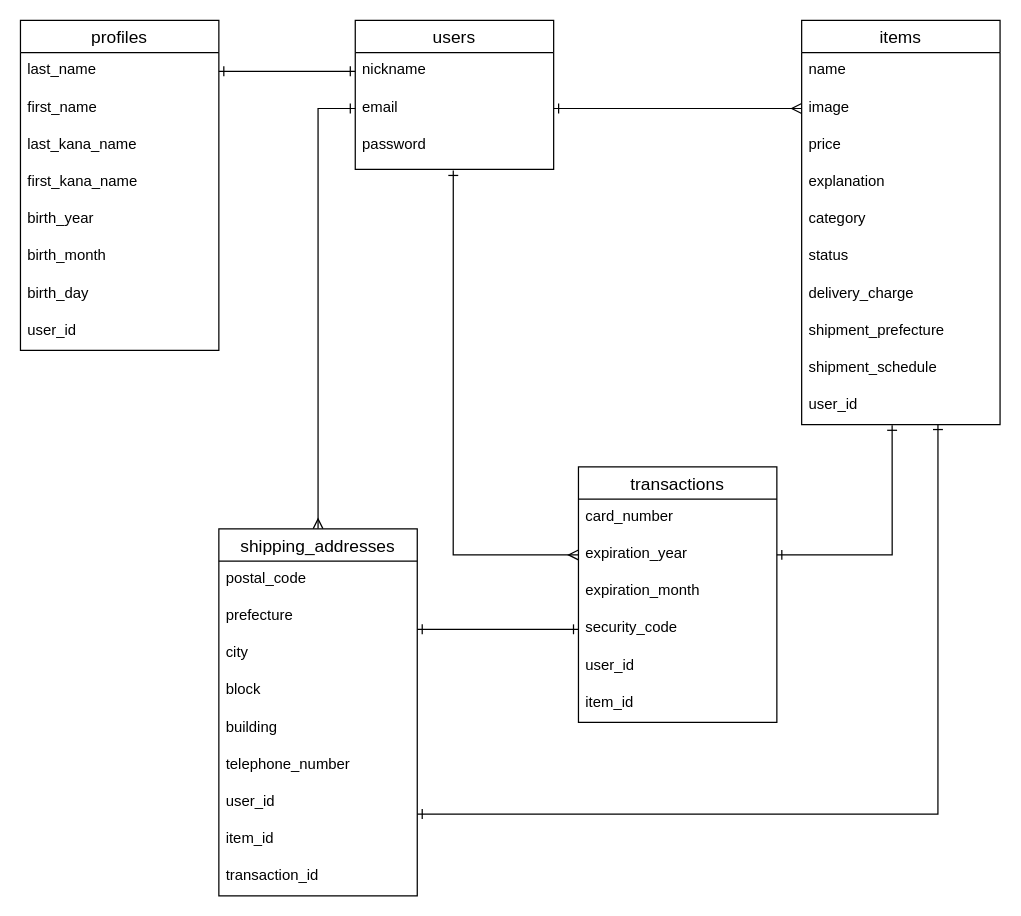
Above: ER.dio in kei-sukey/furima-32584 (draw.io), before the change. Source tidied: cells renumbered, new cells numbered last; positions are measured from the earlier drawing's top-left corner, leaving out a move shared by most shapes. Both pictures are drawn from the tidied source at 124%, with x=0, y=0 at pixel (20, 20).
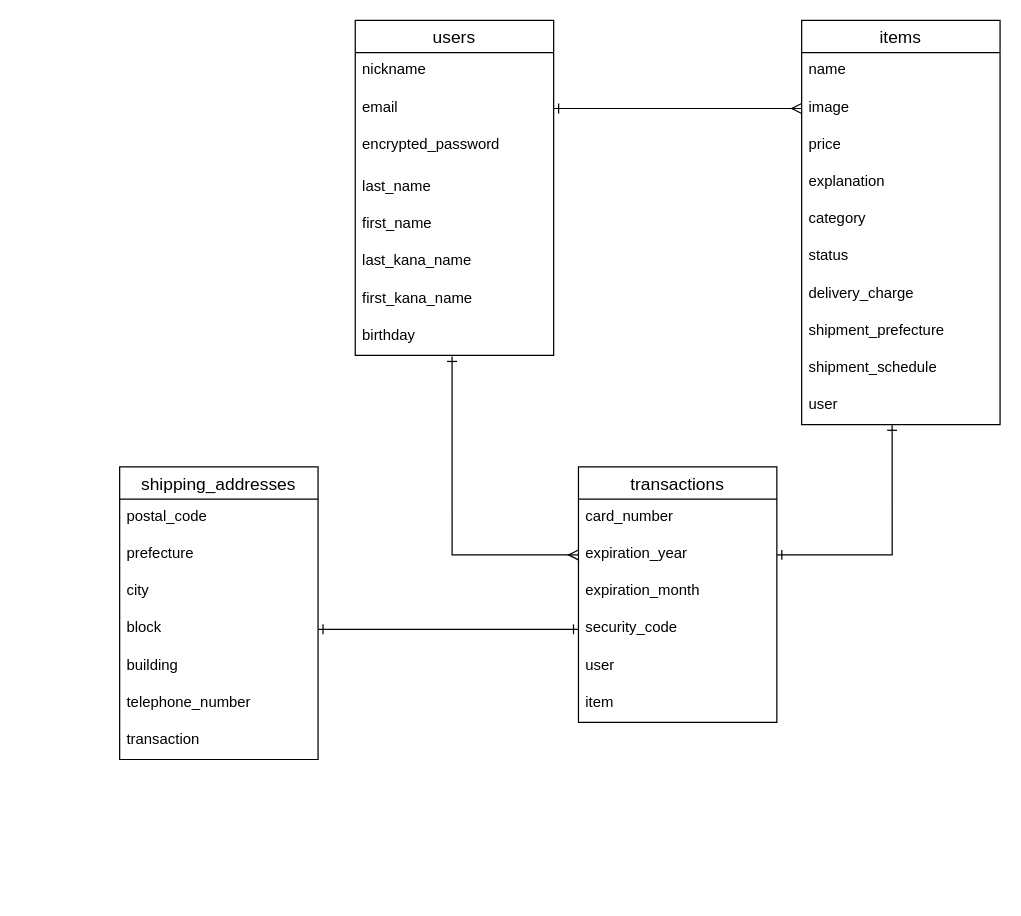
After the change.

Commit message (it also covers changes not shown here):
コードレビュー修正#1

The change refers to these unchanged cells:
```xml
<mxCell id="3" value="nickname" style="text;strokeColor=none;fillColor=none;spacingLeft=4;spacingRight=4;overflow=hidden;points=[[0,0.5],[1,0.5]];portConstraint=eastwest;fontSize=12;" parent="2" vertex="1">
  <mxGeometry y="26" width="160" height="30" as="geometry" />
</mxCell>
<mxCell id="4" value="email" style="text;strokeColor=none;fillColor=none;spacingLeft=4;spacingRight=4;overflow=hidden;points=[[0,0.5],[1,0.5]];portConstraint=eastwest;fontSize=12;" parent="2" vertex="1">
  <mxGeometry y="56" width="160" height="30" as="geometry" />
</mxCell>
<mxCell id="6" value="items" style="swimlane;fontStyle=0;horizontal=1;startSize=26;align=center;fontSize=14;" parent="1" vertex="1">
  <mxGeometry x="630" width="160" height="326" as="geometry" />
</mxCell>
<mxCell id="18" value="transactions" style="swimlane;fontStyle=0;horizontal=1;startSize=26;align=center;fontSize=14;shadow=0;" parent="1" vertex="1">
  <mxGeometry x="450" y="360" width="160" height="206" as="geometry" />
</mxCell>
<mxCell id="20" value="expiration_year" style="text;strokeColor=none;fillColor=none;spacingLeft=4;spacingRight=4;overflow=hidden;points=[[0,0.5],[1,0.5]];portConstraint=eastwest;fontSize=12;" parent="18" vertex="1">
  <mxGeometry y="56" width="160" height="30" as="geometry" />
</mxCell>
<mxCell id="22" value="security_code" style="text;strokeColor=none;fillColor=none;spacingLeft=4;spacingRight=4;overflow=hidden;points=[[0,0.5],[1,0.5]];portConstraint=eastwest;fontSize=12;" parent="18" vertex="1">
  <mxGeometry y="116" width="160" height="30" as="geometry" />
</mxCell>
<mxCell id="32" value="block" style="text;strokeColor=none;fillColor=none;spacingLeft=4;spacingRight=4;overflow=hidden;points=[[0,0.5],[1,0.5]];portConstraint=eastwest;fontSize=12;" parent="28" vertex="1">
  <mxGeometry y="116" width="160" height="30" as="geometry" />
</mxCell>
```

What changed in the source:
```diff
@@
     <mxCell id="2" value="users" style="swimlane;fontStyle=0;horizontal=1;startSize=26;align=center;fontSize=14;" parent="1" vertex="1">
-      <mxGeometry x="270" width="160" height="120" as="geometry" />
+      <mxGeometry x="270" width="160" height="270" as="geometry" />
     </mxCell>
@@
-    <mxCell id="5" value="password" style="text;strokeColor=none;fillColor=none;spacingLeft=4;spacingRight=4;overflow=hidden;points=[[0,0.5],[1,0.5]];portConstraint=eastwest;fontSize=12;" parent="2" vertex="1">
+    <mxCell id="5" value="encrypted_password" style="text;strokeColor=none;fillColor=none;spacingLeft=4;spacingRight=4;overflow=hidden;points=[[0,0.5],[1,0.5]];portConstraint=eastwest;fontSize=12;" parent="2" vertex="1">
       <mxGeometry y="86" width="160" height="34" as="geometry" />
     </mxCell>
+    <mxCell id="41" value="last_name" style="text;strokeColor=none;fillColor=none;spacingLeft=4;spacingRight=4;overflow=hidden;points=[[0,0.5],[1,0.5]];portConstraint=eastwest;fontSize=12;" parent="2" vertex="1">
+      <mxGeometry y="120" width="160" height="30" as="geometry" />
+    </mxCell>
+    <mxCell id="42" value="first_name" style="text;strokeColor=none;fillColor=none;spacingLeft=4;spacingRight=4;overflow=hidden;fontSize=12;" parent="2" vertex="1">
+      <mxGeometry y="150" width="160" height="30" as="geometry" />
+    </mxCell>
+    <mxCell id="43" value="last_kana_name" style="text;strokeColor=none;fillColor=none;spacingLeft=4;spacingRight=4;overflow=hidden;fontSize=12;" parent="2" vertex="1">
+      <mxGeometry y="180" width="160" height="30" as="geometry" />
+    </mxCell>
+    <mxCell id="44" value="first_kana_name" style="text;strokeColor=none;fillColor=none;spacingLeft=4;spacingRight=4;overflow=hidden;fontSize=12;" parent="2" vertex="1">
+      <mxGeometry y="210" width="160" height="30" as="geometry" />
+    </mxCell>
+    <mxCell id="45" value="birthday" style="text;strokeColor=none;fillColor=none;spacingLeft=4;spacingRight=4;overflow=hidden;points=[[0,0.5],[1,0.5]];portConstraint=eastwest;fontSize=12;" parent="2" vertex="1">
+      <mxGeometry y="240" width="160" height="30" as="geometry" />
+    </mxCell>
@@
-    <mxCell id="16" value="user_id" style="text;strokeColor=none;fillColor=none;spacingLeft=4;spacingRight=4;overflow=hidden;points=[[0,0.5],[1,0.5]];portConstraint=eastwest;fontSize=12;shadow=0;" parent="6" vertex="1">
+    <mxCell id="16" value="user" style="text;strokeColor=none;fillColor=none;spacingLeft=4;spacingRight=4;overflow=hidden;points=[[0,0.5],[1,0.5]];portConstraint=eastwest;fontSize=12;shadow=0;" parent="6" vertex="1">
       <mxGeometry y="296" width="160" height="30" as="geometry" />
     </mxCell>
@@
-    <mxCell id="23" value="user_id" style="text;strokeColor=none;fillColor=none;spacingLeft=4;spacingRight=4;overflow=hidden;fontSize=12;" parent="18" vertex="1">
+    <mxCell id="23" value="user" style="text;strokeColor=none;fillColor=none;spacingLeft=4;spacingRight=4;overflow=hidden;fontSize=12;" parent="18" vertex="1">
       <mxGeometry y="146" width="160" height="30" as="geometry" />
     </mxCell>
-    <mxCell id="24" value="item_id" style="text;strokeColor=none;fillColor=none;spacingLeft=4;spacingRight=4;overflow=hidden;fontSize=12;" parent="18" vertex="1">
+    <mxCell id="24" value="item" style="text;strokeColor=none;fillColor=none;spacingLeft=4;spacingRight=4;overflow=hidden;fontSize=12;" parent="18" vertex="1">
       <mxGeometry y="176" width="160" height="30" as="geometry" />
     </mxCell>
@@
-    <mxCell id="26" style="edgeStyle=orthogonalEdgeStyle;rounded=0;jettySize=auto;html=1;exitX=0;exitY=0.5;exitDx=0;exitDy=0;entryX=0.494;entryY=1.029;entryDx=0;entryDy=0;entryPerimeter=0;startArrow=ERmany;startFill=0;endArrow=ERone;endFill=0;" parent="1" edge="1" source="20" target="5">
+    <mxCell id="26" style="edgeStyle=orthogonalEdgeStyle;rounded=0;jettySize=auto;html=1;exitX=0;exitY=0.5;exitDx=0;exitDy=0;startArrow=ERmany;startFill=0;endArrow=ERone;endFill=0;entryX=0.488;entryY=1.033;entryDx=0;entryDy=0;entryPerimeter=0;" parent="1" edge="1" source="20" target="45">
       <mxGeometry relative="1" as="geometry" />
     </mxCell>
-    <mxCell id="27" style="edgeStyle=orthogonalEdgeStyle;rounded=0;jettySize=auto;html=1;exitX=0.5;exitY=0;exitDx=0;exitDy=0;entryX=0;entryY=0.5;entryDx=0;entryDy=0;startArrow=ERmany;startFill=0;endArrow=ERone;endFill=0;" parent="1" edge="1" source="28" target="4">
-      <mxGeometry relative="1" as="geometry" />
-    </mxCell>
     <mxCell id="28" value="shipping_addresses" style="swimlane;fontStyle=0;horizontal=1;startSize=26;align=center;fontSize=14;shadow=0;" parent="1" vertex="1">
-      <mxGeometry x="160" y="410" width="160" height="296" as="geometry" />
+      <mxGeometry x="80" y="360" width="160" height="236" as="geometry" />
     </mxCell>
@@
-    <mxCell id="35" value="user_id" style="text;strokeColor=none;fillColor=none;spacingLeft=4;spacingRight=4;overflow=hidden;fontSize=12;" parent="28" vertex="1">
-      <mxGeometry y="206" width="160" height="30" as="geometry" />
-    </mxCell>
-    <mxCell id="36" value="item_id" style="text;strokeColor=none;fillColor=none;spacingLeft=4;spacingRight=4;overflow=hidden;fontSize=12;" parent="28" vertex="1">
-      <mxGeometry y="236" width="160" height="30" as="geometry" />
-    </mxCell>
-    <mxCell id="37" value="transaction_id" style="text;strokeColor=none;fillColor=none;spacingLeft=4;spacingRight=4;overflow=hidden;fontSize=12;" parent="28" vertex="1">
-      <mxGeometry y="266" width="160" height="30" as="geometry" />
+    <mxCell id="37" value="transaction" style="text;strokeColor=none;fillColor=none;spacingLeft=4;spacingRight=4;overflow=hidden;fontSize=12;" parent="28" vertex="1">
+      <mxGeometry y="206" width="160" height="30" as="geometry" />
     </mxCell>
-    <mxCell id="38" style="edgeStyle=orthogonalEdgeStyle;rounded=0;jettySize=auto;html=1;entryX=0;entryY=0.5;entryDx=0;entryDy=0;startArrow=ERone;startFill=0;endArrow=ERone;endFill=0;" parent="1" edge="1" target="22">
-      <mxGeometry relative="1" as="geometry">
-        <mxPoint x="320" y="491" as="sourcePoint" />
-        <Array as="points">
-          <mxPoint x="320" y="491" />
-        </Array>
-      </mxGeometry>
+    <mxCell id="38" style="edgeStyle=orthogonalEdgeStyle;rounded=0;jettySize=auto;html=1;entryX=0;entryY=0.5;entryDx=0;entryDy=0;startArrow=ERone;startFill=0;endArrow=ERone;endFill=0;exitX=1;exitY=0.5;exitDx=0;exitDy=0;" parent="1" edge="1" source="32" target="22">
+      <mxGeometry relative="1" as="geometry" />
     </mxCell>
-    <mxCell id="39" style="edgeStyle=orthogonalEdgeStyle;rounded=0;jettySize=auto;html=1;endArrow=ERone;endFill=0;startArrow=ERone;startFill=0;entryX=0.687;entryY=0.997;entryDx=0;entryDy=0;entryPerimeter=0;" parent="1" edge="1" target="16">
-      <mxGeometry relative="1" as="geometry">
-        <mxPoint x="320" y="640" as="sourcePoint" />
-        <Array as="points">
-          <mxPoint x="740" y="640" />
-        </Array>
-      </mxGeometry>
-    </mxCell>
-    <mxCell id="40" value="profiles" style="swimlane;fontStyle=0;horizontal=1;startSize=26;align=center;fontSize=14;" parent="1" vertex="1">
-      <mxGeometry width="160" height="266" as="geometry" />
-    </mxCell>
-    <mxCell id="41" value="last_name" style="text;strokeColor=none;fillColor=none;spacingLeft=4;spacingRight=4;overflow=hidden;points=[[0,0.5],[1,0.5]];portConstraint=eastwest;fontSize=12;" parent="40" vertex="1">
-      <mxGeometry y="26" width="160" height="30" as="geometry" />
-    </mxCell>
-    <mxCell id="42" value="first_name" style="text;strokeColor=none;fillColor=none;spacingLeft=4;spacingRight=4;overflow=hidden;fontSize=12;" parent="40" vertex="1">
-      <mxGeometry y="56" width="160" height="30" as="geometry" />
-    </mxCell>
-    <mxCell id="43" value="last_kana_name" style="text;strokeColor=none;fillColor=none;spacingLeft=4;spacingRight=4;overflow=hidden;fontSize=12;" parent="40" vertex="1">
-      <mxGeometry y="86" width="160" height="30" as="geometry" />
-    </mxCell>
-    <mxCell id="44" value="first_kana_name" style="text;strokeColor=none;fillColor=none;spacingLeft=4;spacingRight=4;overflow=hidden;fontSize=12;" parent="40" vertex="1">
-      <mxGeometry y="116" width="160" height="30" as="geometry" />
-    </mxCell>
-    <mxCell id="45" value="birth_year" style="text;strokeColor=none;fillColor=none;spacingLeft=4;spacingRight=4;overflow=hidden;points=[[0,0.5],[1,0.5]];portConstraint=eastwest;fontSize=12;" parent="40" vertex="1">
-      <mxGeometry y="146" width="160" height="30" as="geometry" />
-    </mxCell>
-    <mxCell id="46" value="birth_month" style="text;strokeColor=none;fillColor=none;spacingLeft=4;spacingRight=4;overflow=hidden;fontSize=12;" parent="40" vertex="1">
-      <mxGeometry y="176" width="160" height="30" as="geometry" />
-    </mxCell>
-    <mxCell id="47" value="birth_day" style="text;strokeColor=none;fillColor=none;spacingLeft=4;spacingRight=4;overflow=hidden;fontSize=12;" parent="40" vertex="1">
-      <mxGeometry y="206" width="160" height="30" as="geometry" />
-    </mxCell>
-    <mxCell id="48" value="user_id" style="text;strokeColor=none;fillColor=none;spacingLeft=4;spacingRight=4;overflow=hidden;fontSize=12;" parent="40" vertex="1">
-      <mxGeometry y="236" width="160" height="30" as="geometry" />
-    </mxCell>
-    <mxCell id="49" style="edgeStyle=orthogonalEdgeStyle;rounded=0;jettySize=auto;html=1;exitX=1;exitY=0.5;exitDx=0;exitDy=0;entryX=0;entryY=0.5;entryDx=0;entryDy=0;startArrow=ERone;startFill=0;endArrow=ERone;endFill=0;" parent="1" edge="1" source="41" target="3">
-      <mxGeometry relative="1" as="geometry" />
-    </mxCell>
```
